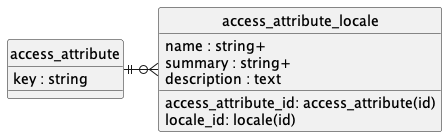
The PlantUML diagram doc/concepts/access_attribute/uml.png in contactopensource/contactopensource, before a commit.
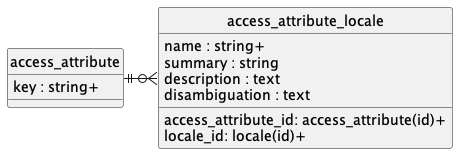
After the change.

The edit, as a diff of the source:
```diff
@@ -4,15 +4,16 @@
 hide circle
 
 entity access_attribute {
-    key : string
+    key : string+
 }
 
 entity access_attribute_locale {
-    access_attribute_id: access_attribute(id)
-    locale_id: locale(id)
+    access_attribute_id: access_attribute(id)+
+    locale_id: locale(id)+
     name : string+
-    summary : string+
+    summary : string
     description : text
+    disambiguation : text
 }
 
 access_attribute ||-r-o{ access_attribute_locale
```
